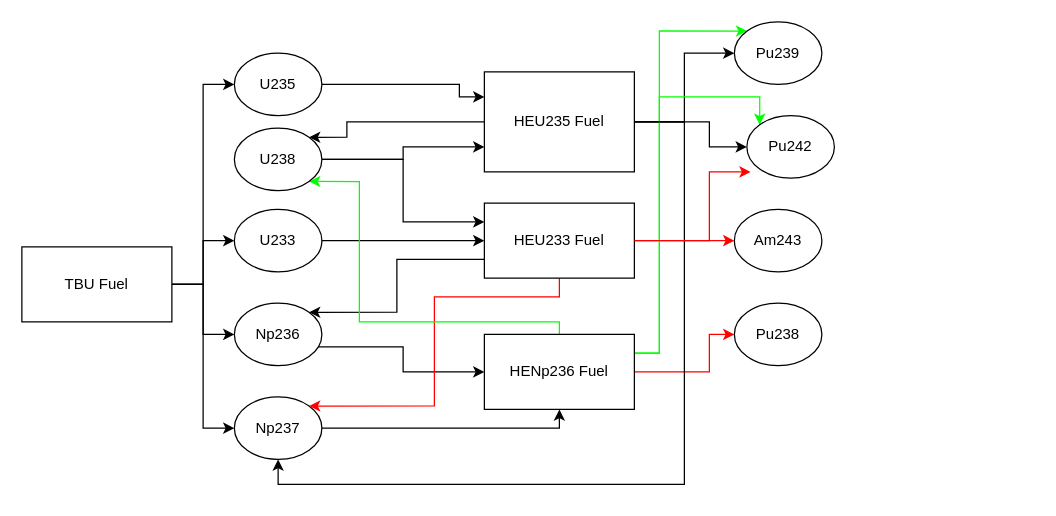
Above: Nuclear.drawio in EtoileDeFeu65/nuclear (draw.io), before the change. Source tidied: cells renumbered, new cells numbered last; positions are measured from the earlier drawing's top-left corner, leaving out a move shared by most shapes. Both pictures are drawn from the tidied source at 125%, with x=0, y=0 at pixel (21, 21).
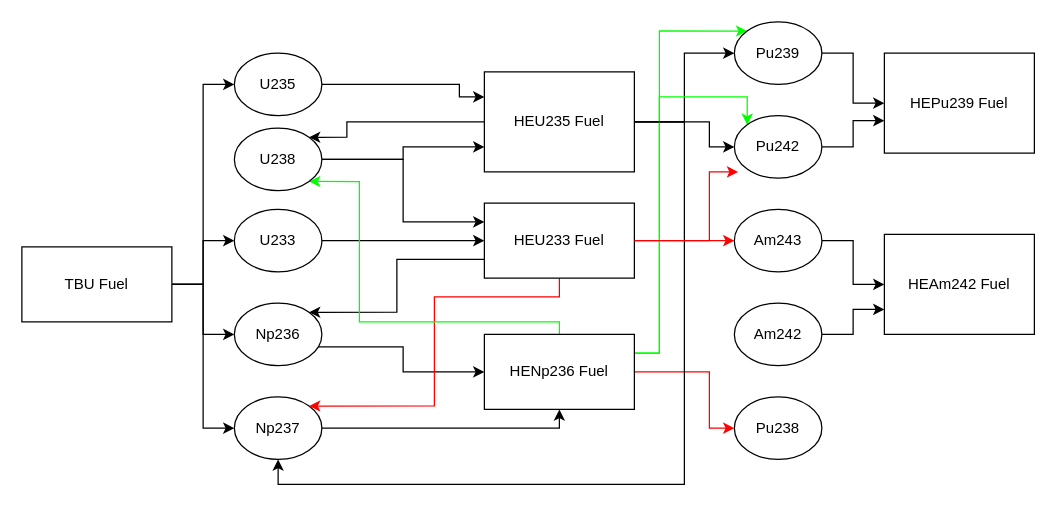
After the change.

Unchanged cells that the change refers to:
```xml
<mxCell id="27" value="HENp236 Fuel" style="rounded=0;whiteSpace=wrap;html=1;" parent="1" vertex="1">
  <mxGeometry x="370" y="250" width="120" height="60" as="geometry" />
</mxCell>
<mxCell id="32" value="Pu239" style="ellipse;whiteSpace=wrap;html=1;" parent="1" vertex="1">
  <mxGeometry x="570" width="70" height="50" as="geometry" />
</mxCell>
<mxCell id="35" value="Am243" style="ellipse;whiteSpace=wrap;html=1;" parent="1" vertex="1">
  <mxGeometry x="570" y="150" width="70" height="50" as="geometry" />
</mxCell>
```

Diff of the diagram source:
```diff
@@
-    <mxCell id="24" style="edgeStyle=orthogonalEdgeStyle;rounded=0;jettySize=auto;html=1;strokeColor=#FF0000;" parent="1" edge="1" source="27" target="36">
+    <mxCell id="24" style="edgeStyle=orthogonalEdgeStyle;rounded=0;jettySize=auto;html=1;strokeColor=#FF0000;entryX=0;entryY=0.5;entryDx=0;entryDy=0;" parent="1" edge="1" source="27" target="36">
       <mxGeometry relative="1" as="geometry">
         <Array as="points">
           <mxPoint x="550" y="280" />
-          <mxPoint x="550" y="250" />
+          <mxPoint x="550" y="325" />
         </Array>
       </mxGeometry>
     </mxCell>
@@
     <mxCell id="26" style="edgeStyle=orthogonalEdgeStyle;rounded=0;jettySize=auto;html=1;entryX=0;entryY=0;entryDx=0;entryDy=0;exitX=1;exitY=0.25;exitDx=0;exitDy=0;strokeColor=#00FF00;" parent="1" edge="1" source="27" target="33">
       <mxGeometry relative="1" as="geometry">
         <Array as="points">
           <mxPoint x="510" y="265" />
           <mxPoint x="510" y="60" />
-          <mxPoint x="590" y="60" />
+          <mxPoint x="580" y="60" />
         </Array>
       </mxGeometry>
     </mxCell>
@@
+    <mxCell id="37" style="edgeStyle=orthogonalEdgeStyle;rounded=0;jettySize=auto;html=1;" parent="1" edge="1" source="32" target="39">
+      <mxGeometry relative="1" as="geometry" />
+    </mxCell>
@@
     <mxCell id="33" value="Pu242" style="ellipse;whiteSpace=wrap;html=1;" parent="1" vertex="1">
-      <mxGeometry x="580" y="75" width="70" height="50" as="geometry" />
+      <mxGeometry x="570" y="75" width="70" height="50" as="geometry" />
     </mxCell>
@@
+    <mxCell id="38" style="edgeStyle=orthogonalEdgeStyle;rounded=0;jettySize=auto;html=1;" parent="1" edge="1" source="35" target="43">
+      <mxGeometry relative="1" as="geometry" />
+    </mxCell>
@@
     <mxCell id="36" value="Pu238" style="ellipse;whiteSpace=wrap;html=1;" parent="1" vertex="1">
-      <mxGeometry x="570" y="225" width="70" height="50" as="geometry" />
+      <mxGeometry x="570" y="300" width="70" height="50" as="geometry" />
     </mxCell>
+    <mxCell id="39" value="HEPu239 Fuel" style="rounded=0;whiteSpace=wrap;html=1;" parent="1" vertex="1">
+      <mxGeometry x="690" y="25" width="120" height="80" as="geometry" />
+    </mxCell>
+    <mxCell id="40" style="edgeStyle=orthogonalEdgeStyle;rounded=0;jettySize=auto;html=1;entryX=0;entryY=0.675;entryDx=0;entryDy=0;entryPerimeter=0;" parent="1" edge="1" source="33" target="39">
+      <mxGeometry relative="1" as="geometry" />
+    </mxCell>
+    <mxCell id="41" style="edgeStyle=orthogonalEdgeStyle;rounded=0;jettySize=auto;html=1;entryX=0;entryY=0.75;entryDx=0;entryDy=0;" parent="1" edge="1" source="42" target="43">
+      <mxGeometry relative="1" as="geometry" />
+    </mxCell>
+    <mxCell id="42" value="Am242" style="ellipse;whiteSpace=wrap;html=1;" parent="1" vertex="1">
+      <mxGeometry x="570" y="225" width="70" height="50" as="geometry" />
+    </mxCell>
+    <mxCell id="43" value="HEAm242 Fuel" style="rounded=0;whiteSpace=wrap;html=1;" parent="1" vertex="1">
+      <mxGeometry x="690" y="170" width="120" height="80" as="geometry" />
+    </mxCell>
```
